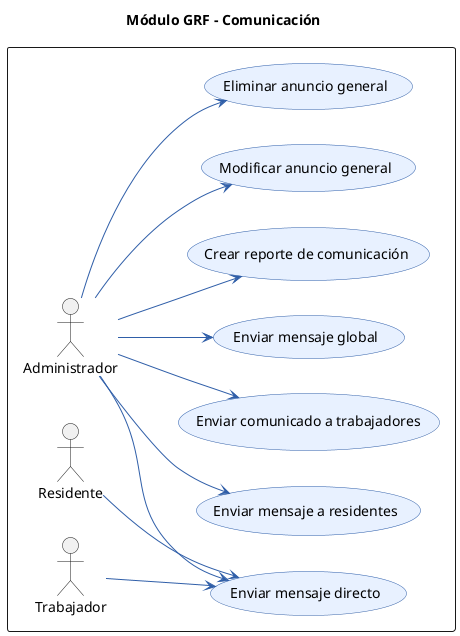
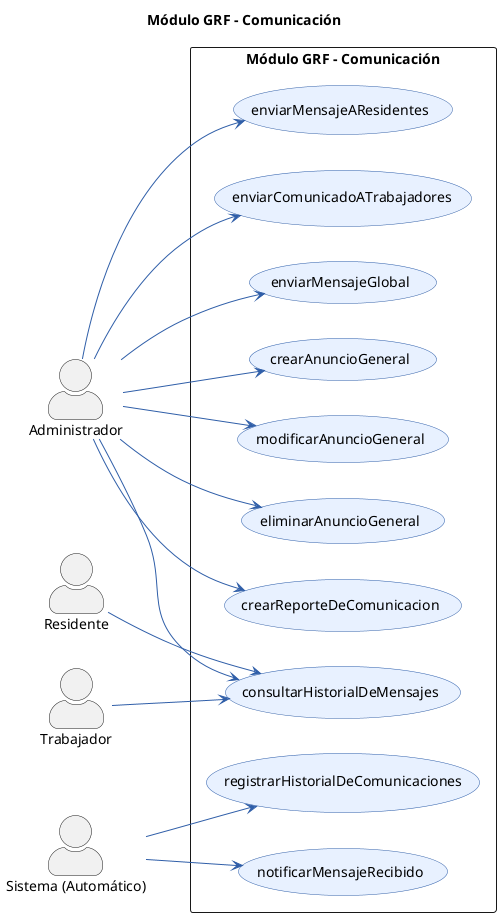
@startuml GRF_Modulo_Comunicacion

title Módulo GRF - Comunicación

- ' Configuración de estilo
+ skinparam actorStyle awesome
left to right direction
skinparam packageStyle rectangle

skinparam usecase {
    BackgroundColor #E8F1FF
    BorderColor #2F5EA8
    ArrowColor #2F5EA8
    ActorBorderColor #1F3F73
    ActorBackgroundColor #EEF5FF
}

- skinparam note {
-     BackgroundColor #E8F8F5
-     BorderColor #1ABC9C
+ actor "Administrador" as ADM
+ actor "Residente" as RES
+ actor "Trabajador" as TRA
+ actor "Sistema (Automático)" as SIS
+ 
+ rectangle "Módulo GRF - Comunicación" {
+ 
+     usecase "enviarMensajeAResidentes" as CU1
+     usecase "enviarComunicadoATrabajadores" as CU2
+     usecase "enviarMensajeGlobal" as CU3
+     usecase "crearAnuncioGeneral" as CU4
+     usecase "modificarAnuncioGeneral" as CU5
+     usecase "eliminarAnuncioGeneral" as CU6
+     usecase "crearReporteDeComunicacion" as CU7
+     usecase "consultarHistorialDeMensajes" as CU8
+     usecase "registrarHistorialDeComunicaciones" as CU9
+     usecase "notificarMensajeRecibido" as CU10
}

- ' Definición de actores, casos de uso y relaciones
- rectangle {
- 
-     ' Actores
-     actor "Administrador" as ADM
-     actor "Residente" as RES
-     actor "Trabajador" as TRA
- 
-     ' Casos de uso
-     usecase "Enviar mensaje a residentes" as CU1
-     usecase "Enviar comunicado a trabajadores" as CU2
-     usecase "Enviar mensaje global" as CU3
-     usecase "Enviar mensaje directo" as CU4
-     usecase "Crear reporte de comunicación" as CU5
-     usecase "Modificar anuncio general" as CU6
-     usecase "Eliminar anuncio general" as CU7
- 
- }
- 
- ' Relaciones Administrador
ADM --> CU1
ADM --> CU2
ADM --> CU3
ADM --> CU4
ADM --> CU5
ADM --> CU6
ADM --> CU7
+ ADM --> CU8

- ' Relaciones Residente
- RES --> CU4
+ RES --> CU8
+ TRA --> CU8

- ' Relaciones Trabajador
- TRA --> CU4
+ SIS --> CU9
+ SIS --> CU10

@enduml